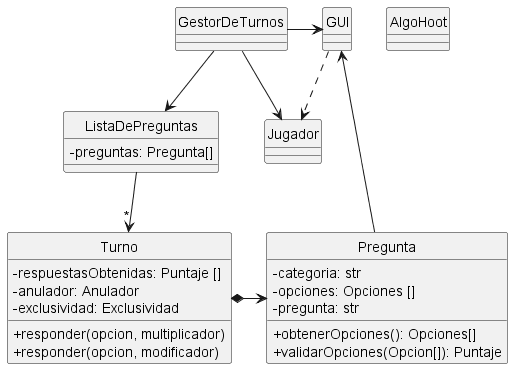
fiuba/algo3_proyecto_base_tp2 keeps this PlantUML diagram as diagrams/classes/tentativo2.png. Above is the earlier version.
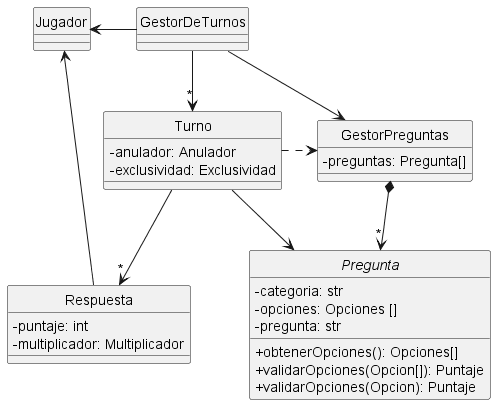
Later version of the same file.

Commit message:
diagramas tentativos

Change to the diagram source:
```diff
@@ -4,23 +4,21 @@
 hide circle
 skinparam classAttributeIconSize 0
 
-class Pregunta {
+Abstract Pregunta {
     - categoria: str
     - opciones: Opciones []
     - pregunta: str
     + obtenerOpciones(): Opciones[]
     + validarOpciones(Opcion[]): Puntaje
+    + validarOpciones(Opcion): Puntaje
 }
 
 class Turno {
-    - respuestasObtenidas: Puntaje []
     - anulador: Anulador
     - exclusividad: Exclusividad
-    + responder(opcion, multiplicador)
-    + responder(opcion, modificador)
 }
 
-class ListaDePreguntas {
+class GestorPreguntas {
     - preguntas: Pregunta[]
 }
 
@@ -29,20 +27,18 @@
 
 }
 
-class GUI {
-
+class Respuesta {
+    - puntaje: int
+    - multiplicador: Multiplicador
 }
 
-class AlgoHoot {
-
-}
-
-Jugador <-up- GestorDeTurnos
-GestorDeTurnos -down-> ListaDePreguntas
-GestorDeTurnos -> GUI
-GUI ..> Jugador
-Pregunta -up-> GUI
-ListaDePreguntas -down-> "*" Turno
-Turno *-> Pregunta
+Jugador <- GestorDeTurnos
+GestorDeTurnos -down-> GestorPreguntas
+GestorDeTurnos -down-> "*" Turno
+GestorPreguntas *-->"*" Pregunta
+Turno --> Pregunta
+Turno .> GestorPreguntas
+Turno --> "*" Respuesta
+Respuesta --> Jugador
 
 @enduml
```
